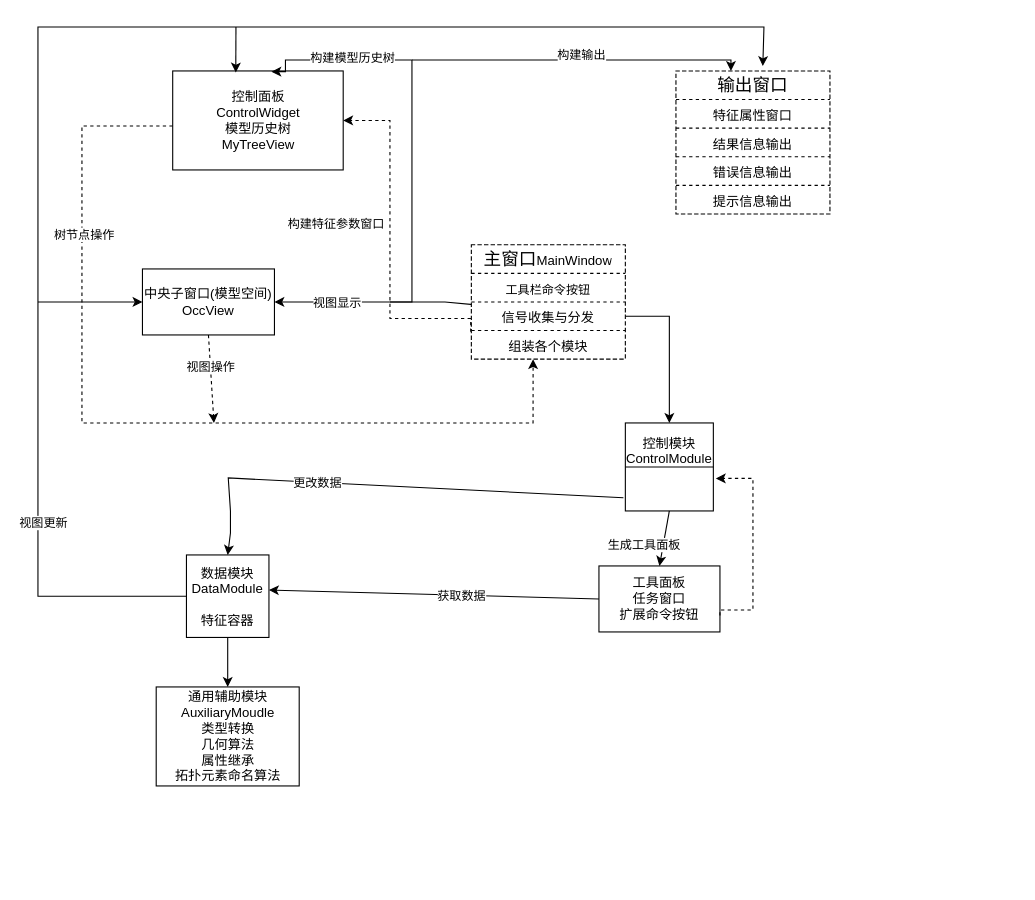
This is mvc详解架构.drawio from liuhuliuhu123/First-test, a draw.io file, before an edit. Source tidied: cells renumbered, new cells numbered last; positions are measured from the earlier drawing's top-left corner, leaving out a move shared by most shapes. Both pictures are drawn from the tidied source at 110%, with x=0, y=0 at pixel (37, 26).
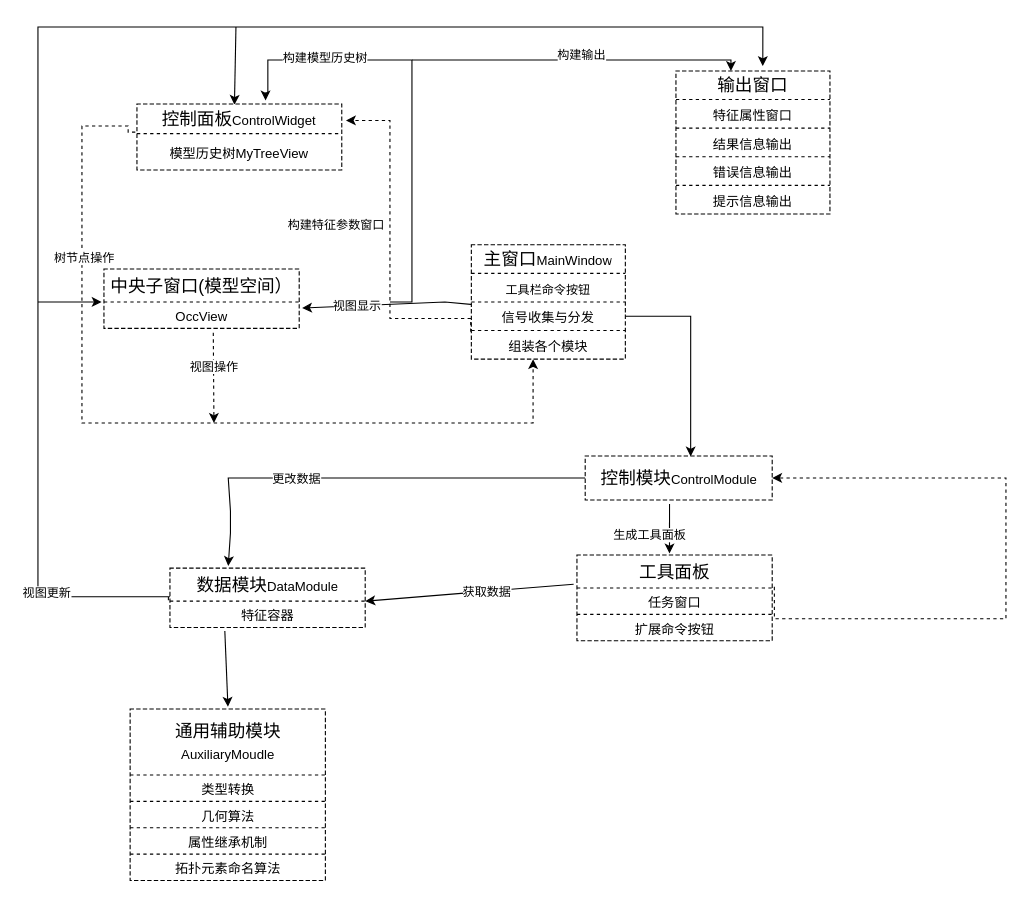
Above is the later version.

Commit message (it also covers changes not shown here):
更新mvc详解架构.drawio

The change refers to these unchanged cells:
```xml
<mxCell id="35" style="shape=tableRow;horizontal=0;startSize=0;swimlaneHead=0;swimlaneBody=0;strokeColor=inherit;top=0;left=0;bottom=0;right=0;fillColor=none;points=[[0,0.5],[1,0.5]];portConstraint=eastwest;fontSize=16;" parent="34" vertex="1">
  <mxGeometry width="140" height="26" as="geometry" />
</mxCell>
<mxCell id="50" style="shape=tableRow;horizontal=0;startSize=0;swimlaneHead=0;swimlaneBody=0;strokeColor=inherit;top=0;left=0;bottom=0;right=0;fillColor=none;points=[[0,0.5],[1,0.5]];portConstraint=eastwest;fontSize=16;" parent="45" vertex="1">
  <mxGeometry y="52" width="140" height="26" as="geometry" />
</mxCell>
<mxCell id="52" style="shape=tableRow;horizontal=0;startSize=0;swimlaneHead=0;swimlaneBody=0;strokeColor=inherit;top=0;left=0;bottom=0;right=0;fillColor=none;points=[[0,0.5],[1,0.5]];portConstraint=eastwest;fontSize=16;" parent="45" vertex="1">
  <mxGeometry y="78" width="140" height="26" as="geometry" />
</mxCell>
```

The edit, as a diff of the source:
```diff
@@
-    <mxCell id="2" value="控制模块&lt;br&gt;ControlModule&lt;br&gt;&lt;br&gt;&lt;br&gt;" style="whiteSpace=wrap;html=1;" parent="1" vertex="1">
-      <mxGeometry x="534" y="360" width="80" height="80" as="geometry" />
-    </mxCell>
-    <mxCell id="3" value="数据模块&lt;br style=&quot;border-color: var(--border-color);&quot;&gt;DataModule&lt;br style=&quot;border-color: var(--border-color);&quot;&gt;&lt;br style=&quot;border-color: var(--border-color);&quot;&gt;特征容器" style="whiteSpace=wrap;html=1;" parent="1" vertex="1">
-      <mxGeometry x="135" y="480" width="75" height="75" as="geometry" />
-    </mxCell>
-    <mxCell id="4" style="endArrow=none;html=1;rounded=0;entryX=1;entryY=0.5;entryDx=0;entryDy=0;exitX=0;exitY=0.5;exitDx=0;exitDy=0;" parent="1" edge="1" source="2" target="2">
-      <mxGeometry relative="1" as="geometry" />
-    </mxCell>
-    <mxCell id="5" value="中央子窗口(模型空间)&lt;br&gt;OccView" style="rounded=0;whiteSpace=wrap;html=1;" parent="1" vertex="1">
-      <mxGeometry x="95" y="220" width="120" height="60" as="geometry" />
-    </mxCell>
-    <mxCell id="6" value="工具面板&lt;br&gt;任务窗口&lt;br&gt;扩展命令按钮" style="rounded=0;whiteSpace=wrap;html=1;" parent="1" vertex="1">
-      <mxGeometry x="510" y="490" width="110" height="60" as="geometry" />
-    </mxCell>
-    <mxCell id="7" value="控制面板&lt;br&gt;ControlWidget&lt;br&gt;模型历史树&lt;br&gt;MyTreeView" style="rounded=0;whiteSpace=wrap;html=1;" parent="1" vertex="1">
-      <mxGeometry x="122.5" y="40" width="155" height="90" as="geometry" />
-    </mxCell>
-    <mxCell id="8" value="通用辅助模块&lt;br&gt;AuxiliaryMoudle&lt;br&gt;类型转换&lt;br&gt;几何算法&lt;br&gt;属性继承&lt;br&gt;拓扑元素命名算法" style="rounded=0;whiteSpace=wrap;html=1;" parent="1" vertex="1">
-      <mxGeometry x="107.5" y="600" width="130" height="90" as="geometry" />
-    </mxCell>
-    <mxCell id="9" style="endArrow=classic;html=1;rounded=0;exitX=0.5;exitY=1;exitDx=0;exitDy=0;entryX=0.5;entryY=0;entryDx=0;entryDy=0;" parent="1" edge="1" source="3" target="8">
+    <mxCell id="9" style="endArrow=classic;html=1;rounded=0;exitX=0.281;exitY=1.133;exitDx=0;exitDy=0;entryX=0.501;entryY=-0.033;entryDx=0;entryDy=0;entryPerimeter=0;exitPerimeter=0;" parent="1" edge="1" source="85" target="55">
       <mxGeometry relative="1" as="geometry" />
     </mxCell>
-    <mxCell id="10" style="endArrow=classic;html=1;rounded=0;exitX=0.013;exitY=0.092;exitDx=0;exitDy=0;entryX=1;entryY=0.5;entryDx=0;entryDy=0;exitPerimeter=0;" parent="1" edge="1" source="50" target="5">
+    <mxCell id="10" style="endArrow=classic;html=1;rounded=0;exitX=0.013;exitY=0.092;exitDx=0;exitDy=0;entryX=1.015;entryY=0.233;entryDx=0;entryDy=0;exitPerimeter=0;entryPerimeter=0;" parent="1" edge="1" source="50" target="75">
       <mxGeometry relative="1" as="geometry">
         <Array as="points">
           <mxPoint x="370" y="250" />
         </Array>
       </mxGeometry>
     </mxCell>
@@
-    <mxCell id="12" style="endArrow=classic;html=1;rounded=0;entryX=0.579;entryY=0.007;entryDx=0;entryDy=0;entryPerimeter=0;edgeStyle=orthogonalEdgeStyle;" parent="1" edge="1" target="7">
+    <mxCell id="12" style="endArrow=classic;html=1;rounded=0;entryX=0.628;entryY=-0.119;entryDx=0;entryDy=0;entryPerimeter=0;edgeStyle=orthogonalEdgeStyle;" parent="1" edge="1" target="78">
       <mxGeometry relative="1" as="geometry">
         <mxPoint x="320" y="250" as="sourcePoint" />
         <Array as="points">
           <mxPoint x="340" y="250" />
           <mxPoint x="340" y="30" />
-          <mxPoint x="225" y="30" />
-          <mxPoint x="225" y="41" />
+          <mxPoint x="209" y="30" />
+          <mxPoint x="209" y="60" />
+          <mxPoint x="207" y="60" />
         </Array>
       </mxGeometry>
     </mxCell>
@@
-    <mxCell id="16" style="endArrow=classic;html=1;rounded=0;edgeStyle=orthogonalEdgeStyle;dashed=1;entryX=0.401;entryY=1;entryDx=0;entryDy=0;entryPerimeter=0;" parent="1" edge="1" source="7" target="52">
+    <mxCell id="16" style="endArrow=classic;html=1;rounded=0;edgeStyle=orthogonalEdgeStyle;dashed=1;entryX=0.401;entryY=1;entryDx=0;entryDy=0;entryPerimeter=0;exitX=-0.008;exitY=-0.042;exitDx=0;exitDy=0;exitPerimeter=0;" parent="1" edge="1" source="80" target="52">
       <mxGeometry relative="1" as="geometry">
         <Array as="points">
+          <mxPoint x="82" y="90" />
           <mxPoint x="40" y="90" />
           <mxPoint x="40" y="360" />
           <mxPoint x="450" y="360" />
         </Array>
       </mxGeometry>
     </mxCell>
@@
-    <mxCell id="18" style="endArrow=classic;html=1;rounded=0;exitX=0.5;exitY=1;exitDx=0;exitDy=0;dashed=1;" parent="1" edge="1" source="5">
+    <mxCell id="18" style="endArrow=classic;html=1;rounded=0;exitX=0.56;exitY=1.167;exitDx=0;exitDy=0;dashed=1;exitPerimeter=0;" parent="1" edge="1" source="75">
       <mxGeometry relative="1" as="geometry">
         <mxPoint x="160" y="360" as="targetPoint" />
       </mxGeometry>
     </mxCell>
@@
-    <mxCell id="20" style="endArrow=classic;html=1;rounded=0;exitX=1;exitY=0.5;exitDx=0;exitDy=0;entryX=0.5;entryY=0;entryDx=0;entryDy=0;edgeStyle=orthogonalEdgeStyle;" parent="1" edge="1" source="50" target="2">
+    <mxCell id="20" style="endArrow=classic;html=1;rounded=0;exitX=1;exitY=0.5;exitDx=0;exitDy=0;entryX=0.564;entryY=0.01;entryDx=0;entryDy=0;edgeStyle=orthogonalEdgeStyle;entryPerimeter=0;" parent="1" edge="1" source="50" target="88">
       <mxGeometry relative="1" as="geometry" />
     </mxCell>
-    <mxCell id="21" style="endArrow=classic;html=1;rounded=0;exitX=-0.004;exitY=0.046;exitDx=0;exitDy=0;entryX=1;entryY=0.5;entryDx=0;entryDy=0;edgeStyle=orthogonalEdgeStyle;dashed=1;exitPerimeter=0;" parent="1" edge="1" source="52" target="7">
+    <mxCell id="21" style="endArrow=classic;html=1;rounded=0;exitX=-0.004;exitY=0.046;exitDx=0;exitDy=0;edgeStyle=orthogonalEdgeStyle;dashed=1;exitPerimeter=0;" parent="1" edge="1" source="52">
       <mxGeometry relative="1" as="geometry">
+        <mxPoint x="280" y="85" as="targetPoint" />
         <Array as="points">
           <mxPoint x="393" y="265" />
           <mxPoint x="320" y="265" />
           <mxPoint x="320" y="85" />
         </Array>
       </mxGeometry>
     </mxCell>
@@
-    <mxCell id="23" style="endArrow=classic;html=1;rounded=0;entryX=0.5;entryY=0;entryDx=0;entryDy=0;exitX=-0.022;exitY=0.85;exitDx=0;exitDy=0;exitPerimeter=0;" parent="1" edge="1" source="2" target="3">
+    <mxCell id="23" style="endArrow=classic;html=1;rounded=0;exitX=0;exitY=0.5;exitDx=0;exitDy=0;" parent="1" edge="1" source="88">
       <mxGeometry relative="1" as="geometry">
+        <mxPoint x="173" y="490" as="targetPoint" />
         <Array as="points">
           <mxPoint x="173" y="410" />
           <mxPoint x="175" y="440" />
           <mxPoint x="175" y="460" />
         </Array>
       </mxGeometry>
     </mxCell>
@@
-    <mxCell id="25" style="endArrow=classic;html=1;rounded=0;exitX=0.5;exitY=1;exitDx=0;exitDy=0;entryX=0.5;entryY=0;entryDx=0;entryDy=0;" parent="1" edge="1" source="2" target="6">
+    <mxCell id="25" style="endArrow=classic;html=1;rounded=0;exitX=0.451;exitY=1.09;exitDx=0;exitDy=0;entryX=0.474;entryY=-0.047;entryDx=0;entryDy=0;entryPerimeter=0;exitPerimeter=0;" parent="1" edge="1" source="88" target="66">
       <mxGeometry relative="1" as="geometry" />
     </mxCell>
@@
-    <mxCell id="27" style="endArrow=classic;html=1;rounded=0;exitX=1;exitY=0.75;exitDx=0;exitDy=0;entryX=1.028;entryY=0.63;entryDx=0;entryDy=0;entryPerimeter=0;dashed=1;edgeStyle=orthogonalEdgeStyle;" parent="1" edge="1" source="6" target="2">
+    <mxCell id="27" style="endArrow=classic;html=1;rounded=0;exitX=1.011;exitY=0.967;exitDx=0;exitDy=0;entryX=1;entryY=0.5;entryDx=0;entryDy=0;dashed=1;edgeStyle=orthogonalEdgeStyle;exitPerimeter=0;" parent="1" edge="1" source="66" target="88">
       <mxGeometry relative="1" as="geometry">
         <Array as="points">
-          <mxPoint x="620" y="530" />
-          <mxPoint x="650" y="530" />
-          <mxPoint x="650" y="410" />
+          <mxPoint x="670" y="538" />
+          <mxPoint x="880" y="538" />
+          <mxPoint x="880" y="410" />
         </Array>
       </mxGeometry>
     </mxCell>
-    <mxCell id="28" style="endArrow=classic;html=1;rounded=0;entryX=1;entryY=0.425;entryDx=0;entryDy=0;entryPerimeter=0;exitX=0;exitY=0.5;exitDx=0;exitDy=0;" parent="1" edge="1" source="6" target="3">
+    <mxCell id="28" style="endArrow=classic;html=1;rounded=0;entryX=1.001;entryY=0;entryDx=0;entryDy=0;entryPerimeter=0;exitX=-0.017;exitY=0.887;exitDx=0;exitDy=0;exitPerimeter=0;" parent="1" edge="1" source="66" target="85">
       <mxGeometry relative="1" as="geometry" />
     </mxCell>
@@
-    <mxCell id="30" style="endArrow=classic;html=1;rounded=0;exitX=0;exitY=0.5;exitDx=0;exitDy=0;edgeStyle=orthogonalEdgeStyle;entryX=0.564;entryY=-0.169;entryDx=0;entryDy=0;entryPerimeter=0;" parent="1" edge="1" source="3" target="35">
+    <mxCell id="30" style="endArrow=classic;html=1;rounded=0;edgeStyle=orthogonalEdgeStyle;entryX=0.564;entryY=-0.169;entryDx=0;entryDy=0;entryPerimeter=0;exitX=-0.008;exitY=0.973;exitDx=0;exitDy=0;exitPerimeter=0;" parent="1" edge="1" source="83" target="35">
       <mxGeometry relative="1" as="geometry">
         <Array as="points">
+          <mxPoint x="169" y="518" />
           <mxPoint y="518" />
           <mxPoint />
           <mxPoint x="660" />
         </Array>
       </mxGeometry>
     </mxCell>
@@
-    <mxCell id="32" style="endArrow=classic;html=1;rounded=0;entryX=0;entryY=0.5;entryDx=0;entryDy=0;" parent="1" edge="1" target="5">
+    <mxCell id="32" style="endArrow=classic;html=1;rounded=0;entryX=-0.012;entryY=0;entryDx=0;entryDy=0;entryPerimeter=0;" parent="1" edge="1" target="75">
       <mxGeometry relative="1" as="geometry">
         <mxPoint y="250" as="sourcePoint" />
       </mxGeometry>
     </mxCell>
-    <mxCell id="33" style="endArrow=classic;html=1;rounded=0;entryX=0.37;entryY=0.016;entryDx=0;entryDy=0;entryPerimeter=0;" parent="1" edge="1" target="7">
+    <mxCell id="33" style="endArrow=classic;html=1;rounded=0;entryX=0.476;entryY=0.03;entryDx=0;entryDy=0;entryPerimeter=0;" parent="1" edge="1" target="78">
       <mxGeometry relative="1" as="geometry">
         <mxPoint x="180" as="sourcePoint" />
       </mxGeometry>
     </mxCell>
@@
+    <mxCell id="54" style="shape=table;startSize=0;childLayout=tableLayout;fontSize=16;dashed=1;" parent="1" vertex="1">
+      <mxGeometry x="83.8" y="620" width="177.5" height="156" as="geometry" />
+    </mxCell>
+    <mxCell id="55" style="shape=tableRow;horizontal=0;startSize=0;swimlaneHead=0;swimlaneBody=0;strokeColor=inherit;top=0;left=0;bottom=0;right=0;fillColor=none;points=[[0,0.5],[1,0.5]];portConstraint=eastwest;fontSize=16;" parent="54" vertex="1">
+      <mxGeometry width="177.5" height="60" as="geometry" />
+    </mxCell>
+    <mxCell id="56" value="通用辅助模块&lt;br style=&quot;border-color: var(--border-color); font-size: 12px;&quot;&gt;&lt;span style=&quot;font-size: 12px;&quot;&gt;AuxiliaryMoudle&lt;/span&gt;" style="shape=partialRectangle;html=1;whiteSpace=wrap;strokeColor=inherit;overflow=hidden;fillColor=none;top=0;left=0;bottom=0;right=0;fontSize=16;" parent="55" vertex="1">
+      <mxGeometry width="178" height="60" as="geometry" />
+    </mxCell>
+    <mxCell id="57" style="shape=tableRow;horizontal=0;startSize=0;swimlaneHead=0;swimlaneBody=0;strokeColor=inherit;top=0;left=0;bottom=0;right=0;fillColor=none;fontSize=16;" parent="54" vertex="1">
+      <mxGeometry y="60" width="177.5" height="24" as="geometry" />
+    </mxCell>
+    <mxCell id="58" value="&lt;font style=&quot;font-size: 12px;&quot;&gt;类型转换&lt;/font&gt;" style="shape=partialRectangle;html=1;whiteSpace=wrap;strokeColor=inherit;overflow=hidden;fillColor=none;top=0;left=0;bottom=0;right=0;fontSize=16;" parent="57" vertex="1">
+      <mxGeometry width="178" height="24" as="geometry" />
+    </mxCell>
+    <mxCell id="59" style="shape=tableRow;horizontal=0;startSize=0;swimlaneHead=0;swimlaneBody=0;strokeColor=inherit;top=0;left=0;bottom=0;right=0;fillColor=none;fontSize=16;" parent="54" vertex="1">
+      <mxGeometry y="84" width="177.5" height="24" as="geometry" />
+    </mxCell>
+    <mxCell id="60" value="&lt;font style=&quot;font-size: 12px;&quot;&gt;几何算法&lt;/font&gt;" style="shape=partialRectangle;html=1;whiteSpace=wrap;strokeColor=inherit;overflow=hidden;fillColor=none;top=0;left=0;bottom=0;right=0;fontSize=16;" parent="59" vertex="1">
+      <mxGeometry width="178" height="24" as="geometry" />
+    </mxCell>
+    <mxCell id="61" style="shape=tableRow;horizontal=0;startSize=0;swimlaneHead=0;swimlaneBody=0;strokeColor=inherit;top=0;left=0;bottom=0;right=0;fillColor=none;fontSize=16;" parent="54" vertex="1">
+      <mxGeometry y="108" width="177.5" height="24" as="geometry" />
+    </mxCell>
+    <mxCell id="62" value="&lt;font style=&quot;font-size: 12px;&quot;&gt;属性继承机制&lt;/font&gt;" style="shape=partialRectangle;html=1;whiteSpace=wrap;strokeColor=inherit;overflow=hidden;fillColor=none;top=0;left=0;bottom=0;right=0;fontSize=16;" parent="61" vertex="1">
+      <mxGeometry width="178" height="24" as="geometry" />
+    </mxCell>
+    <mxCell id="63" style="shape=tableRow;horizontal=0;startSize=0;swimlaneHead=0;swimlaneBody=0;strokeColor=inherit;top=0;left=0;bottom=0;right=0;fillColor=none;fontSize=16;" parent="54" vertex="1">
+      <mxGeometry y="132" width="177.5" height="24" as="geometry" />
+    </mxCell>
+    <mxCell id="64" value="&lt;font style=&quot;font-size: 12px;&quot;&gt;拓扑元素命名算法&lt;/font&gt;" style="shape=partialRectangle;html=1;whiteSpace=wrap;strokeColor=inherit;overflow=hidden;fillColor=none;top=0;left=0;bottom=0;right=0;fontSize=16;" parent="63" vertex="1">
+      <mxGeometry width="178" height="24" as="geometry" />
+    </mxCell>
+    <mxCell id="65" style="shape=table;startSize=0;childLayout=tableLayout;fontSize=16;dashed=1;" parent="1" vertex="1">
+      <mxGeometry x="490" y="480" width="177.5" height="78" as="geometry" />
+    </mxCell>
+    <mxCell id="66" style="shape=tableRow;horizontal=0;startSize=0;swimlaneHead=0;swimlaneBody=0;strokeColor=inherit;top=0;left=0;bottom=0;right=0;fillColor=none;points=[[0,0.5],[1,0.5]];portConstraint=eastwest;fontSize=16;" parent="65" vertex="1">
+      <mxGeometry width="177.5" height="30" as="geometry" />
+    </mxCell>
+    <mxCell id="67" value="工具面板" style="shape=partialRectangle;html=1;whiteSpace=wrap;strokeColor=inherit;overflow=hidden;fillColor=none;top=0;left=0;bottom=0;right=0;fontSize=16;" parent="66" vertex="1">
+      <mxGeometry width="178" height="30" as="geometry" />
+    </mxCell>
+    <mxCell id="68" style="shape=tableRow;horizontal=0;startSize=0;swimlaneHead=0;swimlaneBody=0;strokeColor=inherit;top=0;left=0;bottom=0;right=0;fillColor=none;fontSize=16;" parent="65" vertex="1">
+      <mxGeometry y="30" width="177.5" height="24" as="geometry" />
+    </mxCell>
+    <mxCell id="69" value="&lt;font style=&quot;font-size: 12px;&quot;&gt;任务窗口&lt;/font&gt;" style="shape=partialRectangle;html=1;whiteSpace=wrap;strokeColor=inherit;overflow=hidden;fillColor=none;top=0;left=0;bottom=0;right=0;fontSize=16;" parent="68" vertex="1">
+      <mxGeometry width="178" height="24" as="geometry" />
+    </mxCell>
+    <mxCell id="70" style="shape=tableRow;horizontal=0;startSize=0;swimlaneHead=0;swimlaneBody=0;strokeColor=inherit;top=0;left=0;bottom=0;right=0;fillColor=none;fontSize=16;" parent="65" vertex="1">
+      <mxGeometry y="54" width="177.5" height="24" as="geometry" />
+    </mxCell>
+    <mxCell id="71" value="&lt;font style=&quot;font-size: 12px;&quot;&gt;扩展命令按钮&lt;/font&gt;" style="shape=partialRectangle;html=1;whiteSpace=wrap;strokeColor=inherit;overflow=hidden;fillColor=none;top=0;left=0;bottom=0;right=0;fontSize=16;" parent="70" vertex="1">
+      <mxGeometry width="178" height="24" as="geometry" />
+    </mxCell>
+    <mxCell id="72" style="shape=table;startSize=0;childLayout=tableLayout;fontSize=16;dashed=1;" parent="1" vertex="1">
+      <mxGeometry x="60" y="220" width="177.5" height="54" as="geometry" />
+    </mxCell>
+    <mxCell id="73" style="shape=tableRow;horizontal=0;startSize=0;swimlaneHead=0;swimlaneBody=0;strokeColor=inherit;top=0;left=0;bottom=0;right=0;fillColor=none;fontSize=16;" parent="72" vertex="1">
+      <mxGeometry width="177.5" height="30" as="geometry" />
+    </mxCell>
+    <mxCell id="74" value="中央子窗口(模型空间）" style="shape=partialRectangle;html=1;whiteSpace=wrap;strokeColor=inherit;overflow=hidden;fillColor=none;top=0;left=0;bottom=0;right=0;fontSize=16;" parent="73" vertex="1">
+      <mxGeometry width="178" height="30" as="geometry" />
+    </mxCell>
+    <mxCell id="75" style="shape=tableRow;horizontal=0;startSize=0;swimlaneHead=0;swimlaneBody=0;strokeColor=inherit;top=0;left=0;bottom=0;right=0;fillColor=none;points=[[0,0.5],[1,0.5]];portConstraint=eastwest;fontSize=16;" parent="72" vertex="1">
+      <mxGeometry y="30" width="177.5" height="24" as="geometry" />
+    </mxCell>
+    <mxCell id="76" value="&lt;font style=&quot;font-size: 12px;&quot;&gt;OccView&lt;/font&gt;" style="shape=partialRectangle;html=1;whiteSpace=wrap;strokeColor=inherit;overflow=hidden;fillColor=none;top=0;left=0;bottom=0;right=0;fontSize=16;" parent="75" vertex="1">
+      <mxGeometry width="178" height="24" as="geometry" />
+    </mxCell>
+    <mxCell id="77" style="shape=table;startSize=0;childLayout=tableLayout;fontSize=16;dashed=1;" parent="1" vertex="1">
+      <mxGeometry x="90" y="70" width="186.2" height="60" as="geometry" />
+    </mxCell>
+    <mxCell id="78" style="shape=tableRow;horizontal=0;startSize=0;swimlaneHead=0;swimlaneBody=0;strokeColor=inherit;top=0;left=0;bottom=0;right=0;fillColor=none;points=[[0,0.5],[1,0.5]];portConstraint=eastwest;fontSize=16;" parent="77" vertex="1">
+      <mxGeometry width="186.2" height="27" as="geometry" />
+    </mxCell>
+    <mxCell id="79" value="控制面板&lt;span style=&quot;font-size: 12px;&quot;&gt;ControlWidget&lt;/span&gt;" style="shape=partialRectangle;html=1;whiteSpace=wrap;strokeColor=inherit;overflow=hidden;fillColor=none;top=0;left=0;bottom=0;right=0;fontSize=16;" parent="78" vertex="1">
+      <mxGeometry width="186" height="27" as="geometry" />
+    </mxCell>
+    <mxCell id="80" style="shape=tableRow;horizontal=0;startSize=0;swimlaneHead=0;swimlaneBody=0;strokeColor=inherit;top=0;left=0;bottom=0;right=0;fillColor=none;points=[[0,0.5],[1,0.5]];portConstraint=eastwest;fontSize=16;" parent="77" vertex="1">
+      <mxGeometry y="27" width="186.2" height="33" as="geometry" />
+    </mxCell>
+    <mxCell id="81" value="&lt;font style=&quot;font-size: 12px;&quot;&gt;模型历史树MyTreeView&lt;/font&gt;" style="shape=partialRectangle;html=1;whiteSpace=wrap;strokeColor=inherit;overflow=hidden;fillColor=none;top=0;left=0;bottom=0;right=0;fontSize=16;" parent="80" vertex="1">
+      <mxGeometry width="186" height="33" as="geometry" />
+    </mxCell>
+    <mxCell id="82" style="shape=table;startSize=0;childLayout=tableLayout;fontSize=16;dashed=1;" parent="1" vertex="1">
+      <mxGeometry x="120" y="492" width="177.5" height="54" as="geometry" />
+    </mxCell>
+    <mxCell id="83" style="shape=tableRow;horizontal=0;startSize=0;swimlaneHead=0;swimlaneBody=0;strokeColor=inherit;top=0;left=0;bottom=0;right=0;fillColor=none;points=[[0,0.5],[1,0.5]];portConstraint=eastwest;fontSize=16;" parent="82" vertex="1">
+      <mxGeometry width="177.5" height="30" as="geometry" />
+    </mxCell>
+    <mxCell id="84" value="数据模块&lt;span style=&quot;font-size: 12px;&quot;&gt;DataModule&lt;/span&gt;" style="shape=partialRectangle;html=1;whiteSpace=wrap;strokeColor=inherit;overflow=hidden;fillColor=none;top=0;left=0;bottom=0;right=0;fontSize=16;" parent="83" vertex="1">
+      <mxGeometry width="178" height="30" as="geometry" />
+    </mxCell>
+    <mxCell id="85" style="shape=tableRow;horizontal=0;startSize=0;swimlaneHead=0;swimlaneBody=0;strokeColor=inherit;top=0;left=0;bottom=0;right=0;fillColor=none;points=[[0,0.5],[1,0.5]];portConstraint=eastwest;fontSize=16;" parent="82" vertex="1">
+      <mxGeometry y="30" width="177.5" height="24" as="geometry" />
+    </mxCell>
+    <mxCell id="86" value="&lt;font style=&quot;font-size: 12px;&quot;&gt;特征容器&lt;/font&gt;" style="shape=partialRectangle;html=1;whiteSpace=wrap;strokeColor=inherit;overflow=hidden;fillColor=none;top=0;left=0;bottom=0;right=0;fontSize=16;" parent="85" vertex="1">
+      <mxGeometry width="178" height="24" as="geometry" />
+    </mxCell>
+    <mxCell id="87" style="shape=table;startSize=0;childLayout=tableLayout;fontSize=16;dashed=1;" parent="1" vertex="1">
+      <mxGeometry x="497.5" y="390" width="170" height="40" as="geometry" />
+    </mxCell>
+    <mxCell id="88" style="shape=tableRow;horizontal=0;startSize=0;swimlaneHead=0;swimlaneBody=0;strokeColor=inherit;top=0;left=0;bottom=0;right=0;fillColor=none;points=[[0,0.5],[1,0.5]];portConstraint=eastwest;fontSize=16;" parent="87" vertex="1">
+      <mxGeometry width="170" height="40" as="geometry" />
+    </mxCell>
+    <mxCell id="2" value="控制模块&lt;span style=&quot;font-size: 12px;&quot;&gt;ControlModule&lt;/span&gt;" style="shape=partialRectangle;html=1;whiteSpace=wrap;strokeColor=inherit;overflow=hidden;fillColor=none;top=0;left=0;bottom=0;right=0;fontSize=16;" parent="88" vertex="1">
+      <mxGeometry width="170" height="40" as="geometry" />
+    </mxCell>
```
